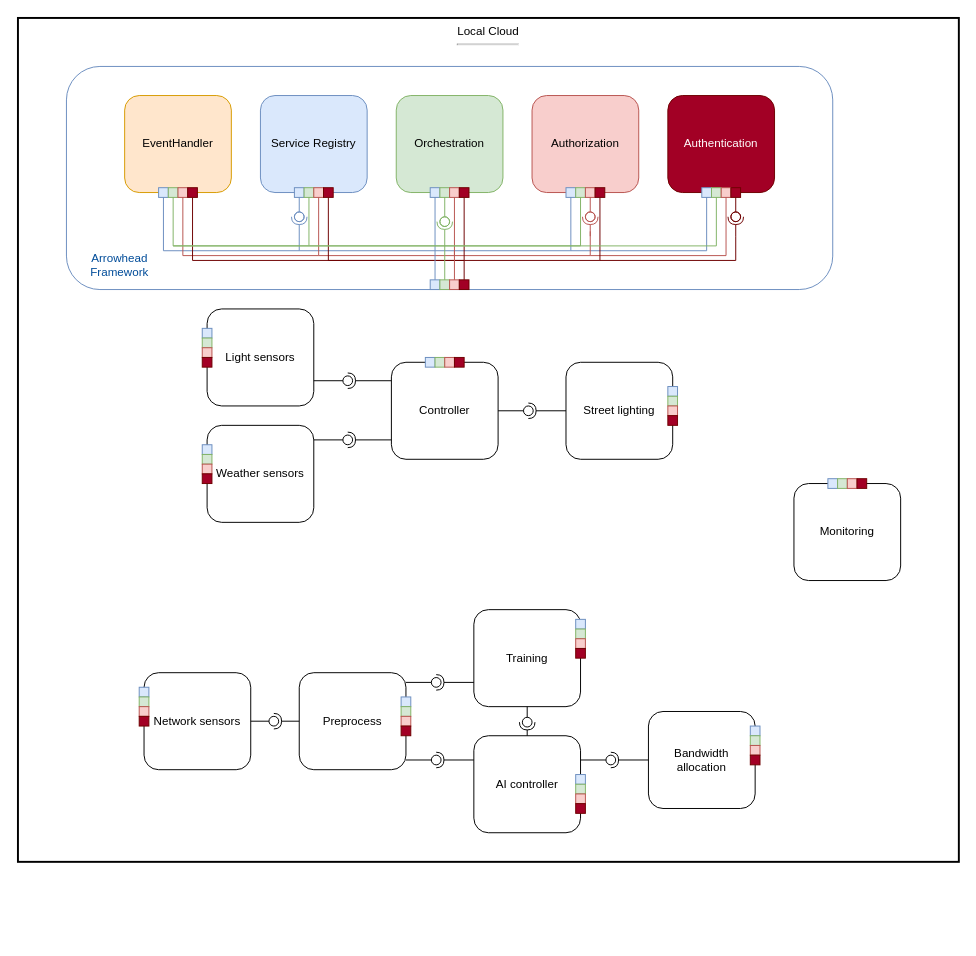
Before: Untitled Diagram.drawio in JuliCSD/D7042E, a draw.io diagram. Source tidied: cells renumbered, new cells numbered last; positions are measured from the earlier drawing's top-left corner, leaving out a move shared by most shapes. Both pictures are drawn from the tidied source at 97%, with x=0, y=0 at pixel (17, 17).
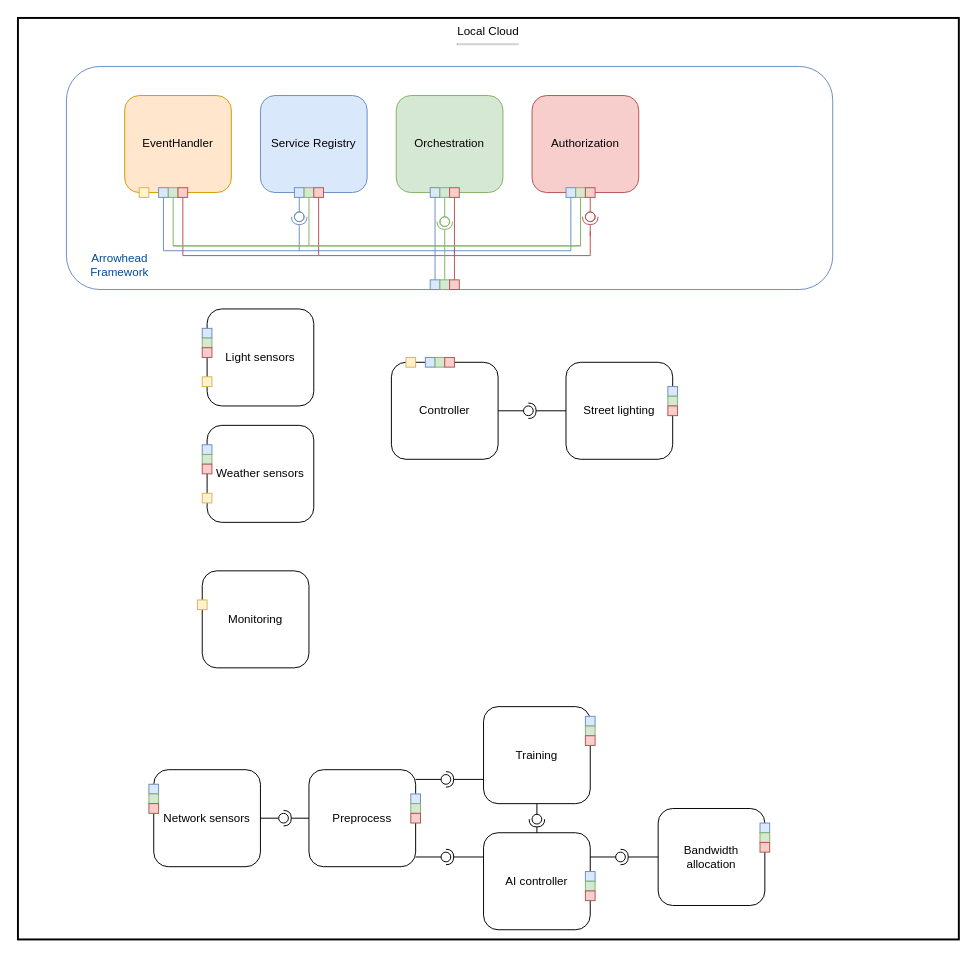
The same page after the edit.

The change refers to these unchanged cells:
```xml
<mxCell id="54" style="group;rotation=-90;" parent="1" vertex="1">
  <mxGeometry x="435" y="335" width="10" height="40" as="geometry" />
</mxCell>
<mxCell id="59" style="group;" parent="1" vertex="1">
  <mxGeometry x="190" y="440" width="10" height="40" as="geometry" />
</mxCell>
<mxCell id="89" style="group;" parent="1" vertex="1">
  <mxGeometry x="670" y="380" width="10" height="40" as="geometry" />
</mxCell>
<mxCell id="94" style="group;rotation=-90;" parent="1" vertex="1">
  <mxGeometry x="440" y="160" width="10" height="40" as="geometry" />
</mxCell>
<mxCell id="99" style="group;rotation=-90;" parent="1" vertex="1">
  <mxGeometry x="580" y="160" width="10" height="40" as="geometry" />
</mxCell>
<mxCell id="101" style="rounded=0;whiteSpace=wrap;html=1;fillColor=#d5e8d4;strokeColor=#82b366;rotation=-90;" parent="99" vertex="1">
  <mxGeometry x="-5" y="15" width="10" height="10" as="geometry" />
</mxCell>
<mxCell id="109" style="group;rotation=-90;" parent="1" vertex="1">
  <mxGeometry x="300" y="160" width="10" height="40" as="geometry" />
</mxCell>
<mxCell id="114" style="group;rotation=-90;" parent="1" vertex="1">
  <mxGeometry x="160" y="160" width="10" height="40" as="geometry" />
</mxCell>
```

What changed in the source:
```diff
@@
+    <mxCell id="145" style="rounded=1;whiteSpace=wrap;html=1;fillColor=none;strokeColor=#6c8ebf;gradientColor=default;" parent="1" vertex="1">
+      <mxGeometry x="50" y="50" width="790" height="230" as="geometry" />
+    </mxCell>
     <mxCell id="2" value="Local Cloud&lt;br&gt;&lt;hr&gt;" style="rounded=0;whiteSpace=wrap;html=1;fillColor=none;strokeWidth=2;align=center;verticalAlign=top;" parent="1" vertex="1">
-      <mxGeometry width="970" height="870" as="geometry" />
+      <mxGeometry width="970" height="950" as="geometry" />
     </mxCell>
@@
-    <mxCell id="6" value="Authentication" style="rounded=1;whiteSpace=wrap;html=1;fillColor=#a20025;strokeColor=#6F0000;fontColor=#ffffff;" parent="1" vertex="1">
-      <mxGeometry x="670" y="80" width="110" height="100" as="geometry" />
-    </mxCell>
@@
-    <mxCell id="11" style="group;" parent="1" vertex="1">
-      <mxGeometry x="305" y="369" width="80" height="10" as="geometry" />
-    </mxCell>
-    <mxCell id="12" style="rounded=0;jettySize=auto;html=1;endArrow=halfCircle;endFill=0;endSize=6;strokeWidth=1;sketch=0;" parent="11" edge="1" target="14">
-      <mxGeometry relative="1" as="geometry">
-        <mxPoint x="80" y="5" as="sourcePoint" />
-      </mxGeometry>
-    </mxCell>
-    <mxCell id="13" style="rounded=0;jettySize=auto;html=1;endArrow=oval;endFill=0;sketch=0;sourcePerimeterSpacing=0;targetPerimeterSpacing=0;endSize=10;" parent="11" edge="1" target="14">
-      <mxGeometry relative="1" as="geometry">
-        <mxPoint y="5" as="sourcePoint" />
-      </mxGeometry>
-    </mxCell>
-    <mxCell id="14" style="ellipse;whiteSpace=wrap;html=1;align=center;fillColor=none;strokeColor=none;perimeter=centerPerimeter;points=[];outlineConnect=1;" parent="11" vertex="1">
-      <mxGeometry x="30" width="10" height="10" as="geometry" />
-    </mxCell>
-    <mxCell id="15" style="group;" parent="1" vertex="1">
-      <mxGeometry x="305" y="430" width="80" height="10" as="geometry" />
-    </mxCell>
-    <mxCell id="16" style="rounded=0;jettySize=auto;html=1;endArrow=halfCircle;endFill=0;endSize=6;strokeWidth=1;sketch=0;" parent="15" edge="1" target="18">
-      <mxGeometry relative="1" as="geometry">
-        <mxPoint x="80" y="5" as="sourcePoint" />
-      </mxGeometry>
-    </mxCell>
-    <mxCell id="17" style="rounded=0;jettySize=auto;html=1;endArrow=oval;endFill=0;sketch=0;sourcePerimeterSpacing=0;targetPerimeterSpacing=0;endSize=10;" parent="15" edge="1" target="18">
-      <mxGeometry relative="1" as="geometry">
-        <mxPoint y="5" as="sourcePoint" />
-      </mxGeometry>
-    </mxCell>
-    <mxCell id="18" style="ellipse;whiteSpace=wrap;html=1;align=center;fillColor=none;strokeColor=none;perimeter=centerPerimeter;points=[];outlineConnect=1;" parent="15" vertex="1">
-      <mxGeometry x="30" width="10" height="10" as="geometry" />
-    </mxCell>
@@
     <mxCell id="23" value="Preprocess" style="rounded=1;whiteSpace=wrap;html=1;" parent="1" vertex="1">
-      <mxGeometry x="290" y="675" width="110" height="100" as="geometry" />
+      <mxGeometry x="300" y="775" width="110" height="100" as="geometry" />
     </mxCell>
     <mxCell id="24" value="Training" style="rounded=1;whiteSpace=wrap;html=1;" parent="1" vertex="1">
-      <mxGeometry x="470" y="610" width="110" height="100" as="geometry" />
+      <mxGeometry x="480" y="710" width="110" height="100" as="geometry" />
     </mxCell>
     <mxCell id="25" value="AI controller" style="rounded=1;whiteSpace=wrap;html=1;" parent="1" vertex="1">
-      <mxGeometry x="470" y="740" width="110" height="100" as="geometry" />
+      <mxGeometry x="480" y="840" width="110" height="100" as="geometry" />
     </mxCell>
     <mxCell id="26" value="Bandwidth allocation" style="rounded=1;whiteSpace=wrap;html=1;" parent="1" vertex="1">
-      <mxGeometry x="650" y="715" width="110" height="100" as="geometry" />
+      <mxGeometry x="660" y="815" width="110" height="100" as="geometry" />
     </mxCell>
     <mxCell id="27" style="group;" parent="1" vertex="1">
-      <mxGeometry x="400" y="760" width="70" height="10" as="geometry" />
+      <mxGeometry x="410" y="860" width="70" height="10" as="geometry" />
     </mxCell>
@@
     <mxCell id="31" style="group;" parent="1" vertex="1">
-      <mxGeometry x="400" y="680" width="70" height="10" as="geometry" />
+      <mxGeometry x="410" y="780" width="70" height="10" as="geometry" />
     </mxCell>
@@
     <mxCell id="35" style="group;" parent="1" vertex="1">
-      <mxGeometry x="580" y="760" width="70" height="10" as="geometry" />
+      <mxGeometry x="590" y="860" width="70" height="10" as="geometry" />
     </mxCell>
@@
     <mxCell id="39" value="Network sensors" style="rounded=1;whiteSpace=wrap;html=1;" parent="1" vertex="1">
-      <mxGeometry x="130" y="675" width="110" height="100" as="geometry" />
+      <mxGeometry x="140" y="775" width="110" height="100" as="geometry" />
     </mxCell>
     <mxCell id="40" style="group;" parent="1" vertex="1">
-      <mxGeometry x="240" y="720" width="50" height="10" as="geometry" />
+      <mxGeometry x="250" y="820" width="50" height="10" as="geometry" />
     </mxCell>
@@
     <mxCell id="44" style="group;rotation=90;" parent="1" vertex="1">
-      <mxGeometry x="510" y="720" width="30" height="10" as="geometry" />
+      <mxGeometry x="520" y="820" width="30" height="10" as="geometry" />
     </mxCell>
@@
-    <mxCell id="53" style="rounded=0;whiteSpace=wrap;html=1;fillColor=#a20025;fontColor=#ffffff;strokeColor=#6F0000;" parent="1" vertex="1">
-      <mxGeometry x="190" y="350" width="10" height="10" as="geometry" />
-    </mxCell>
@@
-    <mxCell id="58" style="rounded=0;whiteSpace=wrap;html=1;fillColor=#a20025;fontColor=#ffffff;strokeColor=#6F0000;rotation=-90;" parent="54" vertex="1">
-      <mxGeometry x="15" y="15" width="10" height="10" as="geometry" />
-    </mxCell>
@@
-    <mxCell id="63" style="rounded=0;whiteSpace=wrap;html=1;fillColor=#a20025;fontColor=#ffffff;strokeColor=#6F0000;" parent="59" vertex="1">
-      <mxGeometry y="30" width="10" height="10" as="geometry" />
-    </mxCell>
     <mxCell id="64" style="group;" parent="1" vertex="1">
-      <mxGeometry x="125" y="690" width="10" height="40" as="geometry" />
+      <mxGeometry x="135" y="790" width="10" height="40" as="geometry" />
     </mxCell>
@@
-    <mxCell id="68" style="rounded=0;whiteSpace=wrap;html=1;fillColor=#a20025;fontColor=#ffffff;strokeColor=#6F0000;" parent="64" vertex="1">
-      <mxGeometry y="30" width="10" height="10" as="geometry" />
-    </mxCell>
     <mxCell id="69" style="group;" parent="1" vertex="1">
-      <mxGeometry x="575" y="620" width="10" height="40" as="geometry" />
+      <mxGeometry x="585" y="720" width="10" height="40" as="geometry" />
     </mxCell>
@@
-    <mxCell id="73" style="rounded=0;whiteSpace=wrap;html=1;fillColor=#a20025;fontColor=#ffffff;strokeColor=#6F0000;" parent="69" vertex="1">
-      <mxGeometry y="30" width="10" height="10" as="geometry" />
-    </mxCell>
     <mxCell id="74" style="group;" parent="1" vertex="1">
-      <mxGeometry x="755" y="730" width="10" height="40" as="geometry" />
+      <mxGeometry x="765" y="830" width="10" height="40" as="geometry" />
     </mxCell>
@@
-    <mxCell id="78" style="rounded=0;whiteSpace=wrap;html=1;fillColor=#a20025;fontColor=#ffffff;strokeColor=#6F0000;" parent="74" vertex="1">
-      <mxGeometry y="30" width="10" height="10" as="geometry" />
-    </mxCell>
     <mxCell id="79" style="group;" parent="1" vertex="1">
-      <mxGeometry x="575" y="780" width="10" height="40" as="geometry" />
+      <mxGeometry x="585" y="880" width="10" height="40" as="geometry" />
     </mxCell>
@@
-    <mxCell id="83" style="rounded=0;whiteSpace=wrap;html=1;fillColor=#a20025;fontColor=#ffffff;strokeColor=#6F0000;" parent="79" vertex="1">
-      <mxGeometry y="30" width="10" height="10" as="geometry" />
-    </mxCell>
     <mxCell id="84" style="group;" parent="1" vertex="1">
-      <mxGeometry x="395" y="700" width="10" height="40" as="geometry" />
+      <mxGeometry x="405" y="800" width="10" height="40" as="geometry" />
     </mxCell>
@@
-    <mxCell id="88" style="rounded=0;whiteSpace=wrap;html=1;fillColor=#a20025;fontColor=#ffffff;strokeColor=#6F0000;" parent="84" vertex="1">
-      <mxGeometry y="30" width="10" height="10" as="geometry" />
-    </mxCell>
@@
-    <mxCell id="93" style="rounded=0;whiteSpace=wrap;html=1;fillColor=#a20025;fontColor=#ffffff;strokeColor=#6F0000;" parent="89" vertex="1">
-      <mxGeometry y="30" width="10" height="10" as="geometry" />
-    </mxCell>
@@
-    <mxCell id="98" style="rounded=0;whiteSpace=wrap;html=1;fillColor=#a20025;fontColor=#ffffff;strokeColor=#6F0000;rotation=-90;" parent="94" vertex="1">
-      <mxGeometry x="15" y="15" width="10" height="10" as="geometry" />
-    </mxCell>
@@
-    <mxCell id="103" style="rounded=0;whiteSpace=wrap;html=1;fillColor=#a20025;fontColor=#ffffff;strokeColor=#6F0000;rotation=-90;" parent="99" vertex="1">
-      <mxGeometry x="15" y="15" width="10" height="10" as="geometry" />
-    </mxCell>
-    <mxCell id="104" style="group;rotation=-90;" parent="1" vertex="1">
-      <mxGeometry x="720" y="160" width="10" height="40" as="geometry" />
-    </mxCell>
-    <mxCell id="105" style="rounded=0;whiteSpace=wrap;html=1;fillColor=#dae8fc;strokeColor=#6c8ebf;rotation=-90;" parent="104" vertex="1">
-      <mxGeometry x="-15" y="15" width="10" height="10" as="geometry" />
-    </mxCell>
-    <mxCell id="106" style="rounded=0;whiteSpace=wrap;html=1;fillColor=#d5e8d4;strokeColor=#82b366;rotation=-90;" parent="104" vertex="1">
-      <mxGeometry x="-5" y="15" width="10" height="10" as="geometry" />
-    </mxCell>
-    <mxCell id="107" style="rounded=0;whiteSpace=wrap;html=1;fillColor=#f8cecc;strokeColor=#b85450;rotation=-90;" parent="104" vertex="1">
-      <mxGeometry x="5" y="15" width="10" height="10" as="geometry" />
-    </mxCell>
-    <mxCell id="108" style="rounded=0;whiteSpace=wrap;html=1;fillColor=#a20025;fontColor=#ffffff;strokeColor=#6F0000;rotation=-90;" parent="104" vertex="1">
-      <mxGeometry x="15" y="15" width="10" height="10" as="geometry" />
-    </mxCell>
@@
-    <mxCell id="113" style="rounded=0;whiteSpace=wrap;html=1;fillColor=#a20025;fontColor=#ffffff;strokeColor=#6F0000;rotation=-90;" parent="109" vertex="1">
-      <mxGeometry x="15" y="15" width="10" height="10" as="geometry" />
-    </mxCell>
@@
-    <mxCell id="118" style="rounded=0;whiteSpace=wrap;html=1;fillColor=#a20025;fontColor=#ffffff;strokeColor=#6F0000;rotation=-90;" parent="114" vertex="1">
-      <mxGeometry x="15" y="15" width="10" height="10" as="geometry" />
-    </mxCell>
-    <mxCell id="119" style="rounded=0;jettySize=auto;html=1;endArrow=halfCircle;endFill=0;endSize=6;strokeWidth=1;sketch=0;fillColor=#a20025;strokeColor=#6F0000;" parent="1" edge="1" target="121">
-      <mxGeometry relative="1" as="geometry">
-        <mxPoint x="740" y="225" as="sourcePoint" />
-      </mxGeometry>
-    </mxCell>
-    <mxCell id="120" style="rounded=0;jettySize=auto;html=1;endArrow=oval;endFill=0;sketch=0;sourcePerimeterSpacing=0;targetPerimeterSpacing=0;endSize=10;fillColor=#a20025;strokeColor=#6F0000;" parent="1" edge="1" target="121">
-      <mxGeometry relative="1" as="geometry">
-        <mxPoint x="740" y="185" as="sourcePoint" />
-      </mxGeometry>
-    </mxCell>
-    <mxCell id="121" style="ellipse;whiteSpace=wrap;html=1;align=center;fillColor=none;strokeColor=#6F0000;perimeter=centerPerimeter;points=[];outlineConnect=1;rotation=90;fontColor=#ffffff;" parent="1" vertex="1">
-      <mxGeometry x="735" y="200" width="10" height="10" as="geometry" />
-    </mxCell>
@@
-    <mxCell id="134" style="endArrow=none;html=1;rounded=0;fillColor=#dae8fc;strokeColor=#6c8ebf;exitX=0;exitY=0.5;exitDx=0;exitDy=0;" parent="1" edge="1">
-      <mxGeometry relative="1" as="geometry">
-        <mxPoint x="710" y="185" as="sourcePoint" />
-        <mxPoint x="570" y="240" as="targetPoint" />
-        <Array as="points">
-          <mxPoint x="710" y="240" />
-        </Array>
-      </mxGeometry>
-    </mxCell>
@@
-    <mxCell id="137" style="endArrow=none;html=1;rounded=0;fillColor=#f8cecc;strokeColor=#b85450;exitX=0;exitY=0.5;exitDx=0;exitDy=0;" parent="1" edge="1">
-      <mxGeometry relative="1" as="geometry">
-        <mxPoint x="730" y="185" as="sourcePoint" />
-        <mxPoint x="590" y="245" as="targetPoint" />
-        <Array as="points">
-          <mxPoint x="730" y="245" />
-        </Array>
-      </mxGeometry>
-    </mxCell>
@@
-    <mxCell id="139" style="endArrow=none;html=1;rounded=0;fillColor=#a20025;strokeColor=#6F0000;" parent="1" edge="1">
-      <mxGeometry relative="1" as="geometry">
-        <mxPoint x="740" y="225" as="sourcePoint" />
-        <mxPoint x="600" y="250" as="targetPoint" />
-        <Array as="points">
-          <mxPoint x="740" y="250" />
-        </Array>
-      </mxGeometry>
-    </mxCell>
-    <mxCell id="140" style="endArrow=none;html=1;rounded=0;fillColor=#a20025;strokeColor=#6F0000;exitX=0;exitY=0.5;exitDx=0;exitDy=0;entryX=0;entryY=0.5;entryDx=0;entryDy=0;" parent="1" edge="1" source="103" target="98">
-      <mxGeometry relative="1" as="geometry">
-        <Array as="points">
-          <mxPoint x="600" y="250" />
-          <mxPoint x="460" y="250" />
-        </Array>
-      </mxGeometry>
-    </mxCell>
-    <mxCell id="141" style="endArrow=none;html=1;rounded=0;fillColor=#a20025;strokeColor=#6F0000;exitX=0;exitY=0.5;exitDx=0;exitDy=0;entryX=0;entryY=0.5;entryDx=0;entryDy=0;" parent="1" edge="1">
-      <mxGeometry relative="1" as="geometry">
-        <mxPoint x="320" y="185" as="sourcePoint" />
-        <mxPoint x="180" y="185" as="targetPoint" />
-        <Array as="points">
-          <mxPoint x="320" y="250" />
-          <mxPoint x="460" y="250" />
-          <mxPoint x="180" y="250" />
-        </Array>
-      </mxGeometry>
-    </mxCell>
-    <mxCell id="142" style="endArrow=none;html=1;rounded=0;entryX=0;entryY=0.5;entryDx=0;entryDy=0;exitX=0;exitY=0.5;exitDx=0;exitDy=0;fillColor=#d5e8d4;strokeColor=#82b366;" parent="1" edge="1" source="106" target="101">
+    <mxCell id="142" style="endArrow=none;html=1;rounded=0;entryX=0;entryY=0.5;entryDx=0;entryDy=0;fillColor=#d5e8d4;strokeColor=#82b366;" parent="1" edge="1" target="101">
       <mxGeometry relative="1" as="geometry">
+        <mxPoint x="580" y="235" as="sourcePoint" />
         <Array as="points">
-          <mxPoint x="720" y="235" />
-          <mxPoint x="440" y="235" />
           <mxPoint x="160" y="235" />
           <mxPoint x="580" y="235" />
         </Array>
       </mxGeometry>
     </mxCell>
@@
-    <mxCell id="145" style="rounded=1;whiteSpace=wrap;html=1;fillColor=none;strokeColor=#6c8ebf;gradientColor=default;" parent="1" vertex="1">
-      <mxGeometry x="50" y="50" width="790" height="230" as="geometry" />
-    </mxCell>
     <mxCell id="146" value="Monitoring" style="rounded=1;whiteSpace=wrap;html=1;" parent="1" vertex="1">
-      <mxGeometry x="800" y="480" width="110" height="100" as="geometry" />
+      <mxGeometry x="190" y="570" width="110" height="100" as="geometry" />
     </mxCell>
-    <mxCell id="147" style="group;rotation=-90;" parent="1" vertex="1">
-      <mxGeometry x="850" y="460" width="10" height="40" as="geometry" />
-    </mxCell>
-    <mxCell id="148" style="rounded=0;whiteSpace=wrap;html=1;fillColor=#dae8fc;strokeColor=#6c8ebf;rotation=-90;" parent="147" vertex="1">
-      <mxGeometry x="-15" y="15" width="10" height="10" as="geometry" />
-    </mxCell>
-    <mxCell id="149" style="rounded=0;whiteSpace=wrap;html=1;fillColor=#d5e8d4;strokeColor=#82b366;rotation=-90;" parent="147" vertex="1">
-      <mxGeometry x="-5" y="15" width="10" height="10" as="geometry" />
-    </mxCell>
-    <mxCell id="150" style="rounded=0;whiteSpace=wrap;html=1;fillColor=#f8cecc;strokeColor=#b85450;rotation=-90;" parent="147" vertex="1">
-      <mxGeometry x="5" y="15" width="10" height="10" as="geometry" />
-    </mxCell>
-    <mxCell id="151" style="rounded=0;whiteSpace=wrap;html=1;fillColor=#a20025;fontColor=#ffffff;strokeColor=#6F0000;rotation=-90;" parent="147" vertex="1">
-      <mxGeometry x="15" y="15" width="10" height="10" as="geometry" />
-    </mxCell>
@@
-    <mxCell id="156" style="rounded=0;whiteSpace=wrap;html=1;fillColor=#a20025;fontColor=#ffffff;strokeColor=#6F0000;rotation=-90;" parent="1" vertex="1">
-      <mxGeometry x="455" y="270" width="10" height="10" as="geometry" />
-    </mxCell>
@@
-    <mxCell id="158" style="endArrow=none;html=1;rounded=0;entryX=1;entryY=0.5;entryDx=0;entryDy=0;exitX=0.519;exitY=0.87;exitDx=0;exitDy=0;exitPerimeter=0;fillColor=#a20025;strokeColor=#6F0000;" parent="1" edge="1">
-      <mxGeometry relative="1" as="geometry">
-        <mxPoint x="460" y="250" as="sourcePoint" />
-        <mxPoint x="460" y="270" as="targetPoint" />
-      </mxGeometry>
-    </mxCell>
@@
+    <mxCell id="161" style="rounded=0;whiteSpace=wrap;html=1;fillColor=#fff2cc;strokeColor=#d6b656;" parent="1" vertex="1">
+      <mxGeometry x="125" y="175" width="10" height="10" as="geometry" />
+    </mxCell>
+    <mxCell id="162" style="rounded=0;whiteSpace=wrap;html=1;fillColor=#fff2cc;strokeColor=#d6b656;" parent="1" vertex="1">
+      <mxGeometry x="190" y="370" width="10" height="10" as="geometry" />
+    </mxCell>
+    <mxCell id="163" style="rounded=0;whiteSpace=wrap;html=1;fillColor=#fff2cc;strokeColor=#d6b656;" parent="1" vertex="1">
+      <mxGeometry x="190" y="490" width="10" height="10" as="geometry" />
+    </mxCell>
+    <mxCell id="164" style="rounded=0;whiteSpace=wrap;html=1;fillColor=#fff2cc;strokeColor=#d6b656;" parent="1" vertex="1">
+      <mxGeometry x="400" y="350" width="10" height="10" as="geometry" />
+    </mxCell>
+    <mxCell id="165" style="rounded=0;whiteSpace=wrap;html=1;fillColor=#fff2cc;strokeColor=#d6b656;" parent="1" vertex="1">
+      <mxGeometry x="185" y="600" width="10" height="10" as="geometry" />
+    </mxCell>
```
